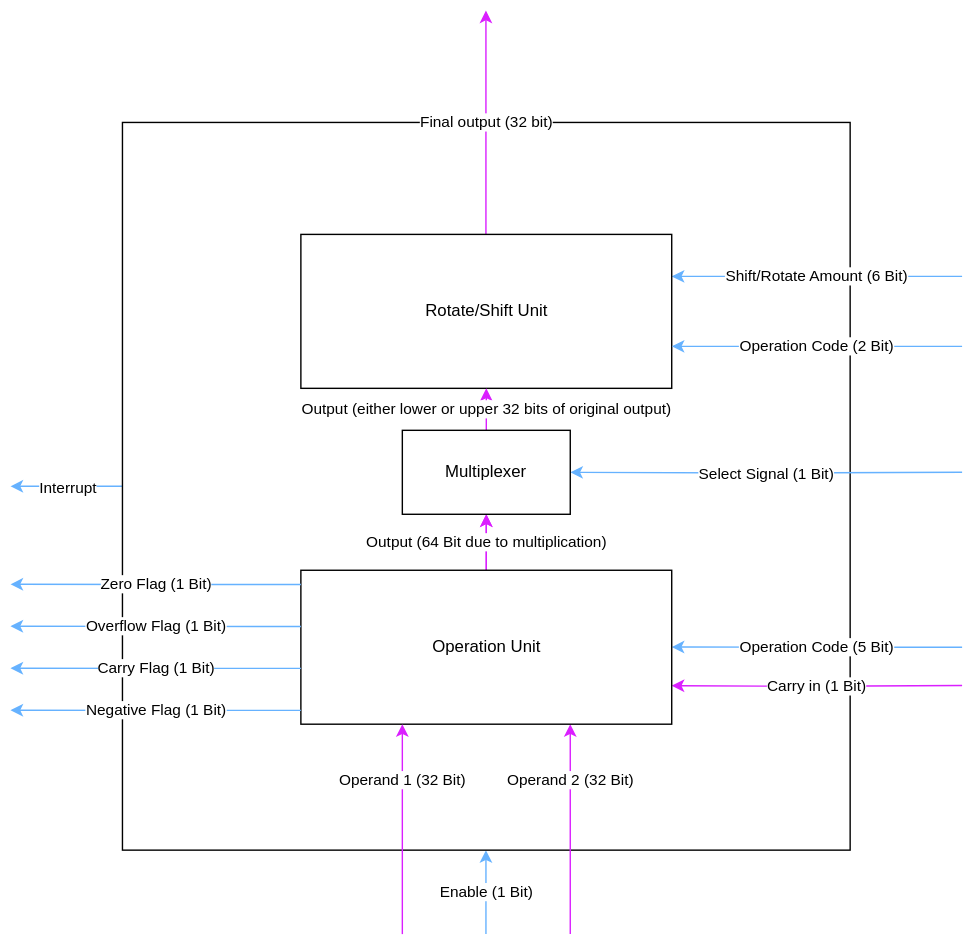
Sanotsch2003/MiPro-XG-V1 keeps this draw.io diagram as docs/ALU.drawio.svg. Above is the earlier version. Source tidied: cells renumbered, new cells last; positions are measured from the earlier drawing's top-left corner, leaving out a move shared by most shapes.
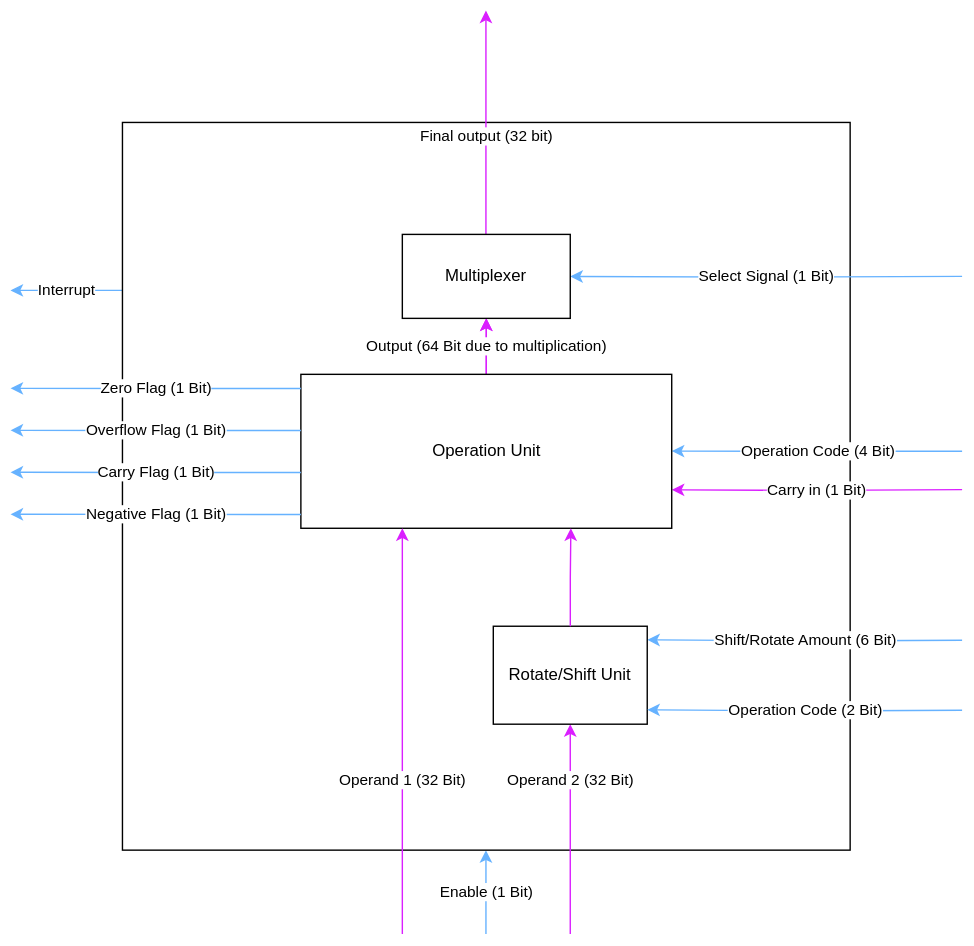
Above is the later version.

Diff of the diagram source:
```diff
@@ -8,9 +8,10 @@
         <mxPoint x="339.8" y="600" as="targetPoint" />
       </mxGeometry>
     </mxCell>
-    <mxCell id="3" value="Interrupt" style="edgeStyle=orthogonalEdgeStyle;rounded=0;jettySize=auto;html=1;strokeColor=#66B2FF;" parent="1" edge="1" source="4">
+    <mxCell id="3" value="Interrupt" style="edgeStyle=orthogonalEdgeStyle;rounded=0;orthogonalLoop=1;jettySize=auto;html=1;strokeColor=#66B2FF;" parent="1" edge="1">
       <mxGeometry relative="1" as="geometry">
-        <mxPoint y="340" as="targetPoint" />
+        <mxPoint x="80" y="200" as="sourcePoint" />
+        <mxPoint y="200" as="targetPoint" />
       </mxGeometry>
     </mxCell>
     <mxCell id="4" style="whiteSpace=wrap;html=1;strokeColor=default;" parent="1" vertex="1">
@@ -22,12 +23,12 @@
         <mxPoint x="400" y="510" as="targetPoint" />
       </mxGeometry>
     </mxCell>
-    <mxCell id="6" value="Operation Code (5 Bit)" style="edgeStyle=orthogonalEdgeStyle;rounded=0;orthogonalLoop=1;jettySize=auto;html=1;strokeColor=#66B2FF;" parent="1" edge="1">
+    <mxCell id="6" value="Operation Code (4 Bit)" style="edgeStyle=orthogonalEdgeStyle;rounded=0;orthogonalLoop=1;jettySize=auto;html=1;strokeColor=#66B2FF;" parent="1" edge="1">
       <mxGeometry relative="1" as="geometry">
-        <mxPoint x="680" y="455" as="sourcePoint" />
-        <mxPoint x="472.5" y="454.9" as="targetPoint" />
+        <mxPoint x="680" y="315" as="sourcePoint" />
+        <mxPoint x="472.5" y="314.9" as="targetPoint" />
         <Array as="points">
-          <mxPoint x="573.5" y="455.9" />
+          <mxPoint x="573.5" y="315.9" />
         </Array>
       </mxGeometry>
     </mxCell>
@@ -39,85 +40,85 @@
     </mxCell>
     <mxCell id="9" value="Carry in (1 Bit)" style="edgeStyle=orthogonalEdgeStyle;rounded=0;jettySize=auto;html=1;exitX=1;exitY=0.75;exitDx=0;exitDy=0;entryX=1;entryY=0.75;entryDx=0;entryDy=0;strokeColor=#DA1FFF;" parent="1" edge="1" target="10">
       <mxGeometry relative="1" as="geometry">
-        <mxPoint x="680" y="482.4" as="sourcePoint" />
+        <mxPoint x="680" y="342.4" as="sourcePoint" />
       </mxGeometry>
     </mxCell>
     <mxCell id="10" value="Operation Unit" style="rounded=0;whiteSpace=wrap;html=1;" parent="1" vertex="1">
-      <mxGeometry x="207.5" y="400" width="265" height="110" as="geometry" />
+      <mxGeometry x="207.5" y="260" width="265" height="110" as="geometry" />
     </mxCell>
     <mxCell id="11" value="Operand 1 (32 Bit)" style="edgeStyle=orthogonalEdgeStyle;rounded=0;orthogonalLoop=1;jettySize=auto;html=1;entryX=0.75;entryY=1;entryDx=0;entryDy=0;strokeColor=#DA1FFF;" parent="1" edge="1">
-      <mxGeometry x="0.47" relative="1" as="geometry">
+      <mxGeometry x="-0.24" relative="1" as="geometry">
         <mxPoint x="280" y="660" as="sourcePoint" />
-        <mxPoint x="280" y="510" as="targetPoint" />
+        <mxPoint x="280" y="370" as="targetPoint" />
       </mxGeometry>
     </mxCell>
     <mxCell id="12" value="Final output (32 bit)" style="edgeStyle=orthogonalEdgeStyle;rounded=0;orthogonalLoop=1;jettySize=auto;html=1;strokeColor=#DA1FFF;" parent="1" edge="1">
-      <mxGeometry relative="1" as="geometry">
+      <mxGeometry x="-0.12" relative="1" as="geometry">
         <mxPoint x="339.7" y="160" as="sourcePoint" />
         <mxPoint x="339.7" as="targetPoint" />
       </mxGeometry>
     </mxCell>
     <mxCell id="13" value="Shift/Rotate Amount (6 Bit)" style="edgeStyle=orthogonalEdgeStyle;rounded=0;orthogonalLoop=1;jettySize=auto;html=1;strokeColor=#66B2FF;" parent="1" edge="1">
       <mxGeometry relative="1" as="geometry">
-        <mxPoint x="680" y="190" as="sourcePoint" />
-        <mxPoint x="472.5" y="190" as="targetPoint" />
+        <mxPoint x="680" y="450" as="sourcePoint" />
+        <mxPoint x="455" y="449.7" as="targetPoint" />
       </mxGeometry>
     </mxCell>
     <mxCell id="14" value="Rotate/Shift Unit" style="rounded=0;whiteSpace=wrap;html=1;" parent="1" vertex="1">
-      <mxGeometry x="207.5" y="160" width="265" height="110" as="geometry" />
+      <mxGeometry x="345" y="440" width="110" height="70" as="geometry" />
     </mxCell>
     <mxCell id="15" value="Select Signal (1 Bit)" style="edgeStyle=orthogonalEdgeStyle;rounded=0;jettySize=auto;html=1;strokeColor=#66B2FF;" parent="1" edge="1" target="17">
       <mxGeometry relative="1" as="geometry">
-        <mxPoint x="680" y="330" as="sourcePoint" />
+        <mxPoint x="680" y="190" as="sourcePoint" />
       </mxGeometry>
     </mxCell>
-    <mxCell id="16" value="Output (either lower or upper 32 bits of original output)" style="edgeStyle=orthogonalEdgeStyle;rounded=0;jettySize=auto;html=1;entryX=0.5;entryY=1;entryDx=0;entryDy=0;strokeColor=#DA1FFF;" parent="1" edge="1" source="17" target="14">
-      <mxGeometry relative="1" as="geometry" />
-    </mxCell>
     <mxCell id="17" value="Multiplexer" style="rounded=0;whiteSpace=wrap;html=1;" parent="1" vertex="1">
-      <mxGeometry x="280" y="300" width="120" height="60" as="geometry" />
+      <mxGeometry x="280" y="160" width="120" height="60" as="geometry" />
     </mxCell>
     <mxCell id="18" value="Operation Code (2 Bit)" style="edgeStyle=orthogonalEdgeStyle;rounded=0;orthogonalLoop=1;jettySize=auto;html=1;strokeColor=#66B2FF;" parent="1" edge="1">
       <mxGeometry relative="1" as="geometry">
-        <mxPoint x="680" y="240" as="sourcePoint" />
-        <mxPoint x="472.5" y="240" as="targetPoint" />
+        <mxPoint x="680" y="500" as="sourcePoint" />
+        <mxPoint x="455" y="499.7" as="targetPoint" />
       </mxGeometry>
     </mxCell>
     <mxCell id="19" value="Negative Flag (1 Bit)" style="edgeStyle=orthogonalEdgeStyle;rounded=0;orthogonalLoop=1;jettySize=auto;html=1;strokeColor=#66B2FF;" parent="1" edge="1">
       <mxGeometry relative="1" as="geometry">
-        <mxPoint x="207.5" y="500.1" as="sourcePoint" />
-        <mxPoint y="500" as="targetPoint" />
+        <mxPoint x="207.5" y="360.1" as="sourcePoint" />
+        <mxPoint y="360" as="targetPoint" />
         <Array as="points">
-          <mxPoint x="101" y="501" />
+          <mxPoint x="101" y="361" />
         </Array>
       </mxGeometry>
     </mxCell>
     <mxCell id="20" value="Zero Flag (1 Bit)" style="edgeStyle=orthogonalEdgeStyle;rounded=0;orthogonalLoop=1;jettySize=auto;html=1;strokeColor=#66B2FF;" parent="1" edge="1">
       <mxGeometry relative="1" as="geometry">
-        <mxPoint x="207.5" y="410.1" as="sourcePoint" />
-        <mxPoint y="410" as="targetPoint" />
+        <mxPoint x="207.5" y="270.1" as="sourcePoint" />
+        <mxPoint y="270" as="targetPoint" />
         <Array as="points">
-          <mxPoint x="101" y="411" />
+          <mxPoint x="101" y="271" />
         </Array>
       </mxGeometry>
     </mxCell>
     <mxCell id="21" value="Overflow Flag (1 Bit)" style="edgeStyle=orthogonalEdgeStyle;rounded=0;orthogonalLoop=1;jettySize=auto;html=1;strokeColor=#66B2FF;" parent="1" edge="1">
       <mxGeometry relative="1" as="geometry">
-        <mxPoint x="207.5" y="440.1" as="sourcePoint" />
-        <mxPoint y="440" as="targetPoint" />
+        <mxPoint x="207.5" y="300.1" as="sourcePoint" />
+        <mxPoint y="300" as="targetPoint" />
         <Array as="points">
-          <mxPoint x="101" y="441" />
+          <mxPoint x="101" y="301" />
         </Array>
       </mxGeometry>
     </mxCell>
     <mxCell id="22" value="Carry Flag (1 Bit)" style="edgeStyle=orthogonalEdgeStyle;rounded=0;orthogonalLoop=1;jettySize=auto;html=1;strokeColor=#66B2FF;" parent="1" edge="1">
       <mxGeometry relative="1" as="geometry">
-        <mxPoint x="207.5" y="470.1" as="sourcePoint" />
-        <mxPoint y="470" as="targetPoint" />
+        <mxPoint x="207.5" y="330.1" as="sourcePoint" />
+        <mxPoint y="330" as="targetPoint" />
         <Array as="points">
-          <mxPoint x="101" y="471" />
+          <mxPoint x="101" y="331" />
         </Array>
       </mxGeometry>
     </mxCell>
+    <mxCell id="23" style="edgeStyle=orthogonalEdgeStyle;rounded=0;jettySize=auto;html=1;entryX=0.728;entryY=1;entryDx=0;entryDy=0;entryPerimeter=0;strokeColor=#DA1FFF;" parent="1" edge="1" source="14" target="10">
+      <mxGeometry relative="1" as="geometry" />
+    </mxCell>
   </root>
 </mxGraphModel>
```
